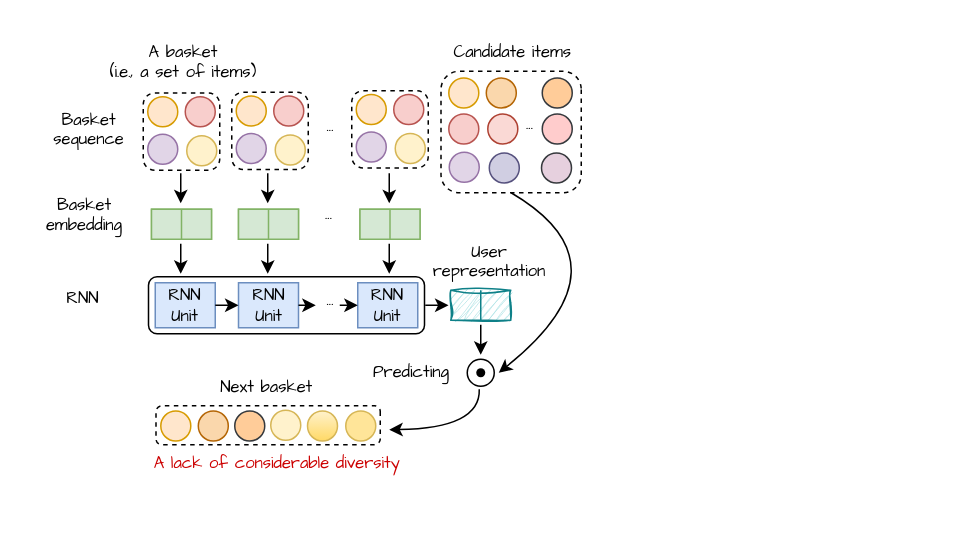
Earlier version of the draw.io diagram 未命名绘图.drawio (wenqisun/data). Source tidied: cells renumbered, new cells numbered last; positions are measured from the earlier drawing's top-left corner, leaving out a move shared by most shapes. Both pictures are drawn from the tidied source at 150%, with x=0, y=0 at pixel (38, 26).
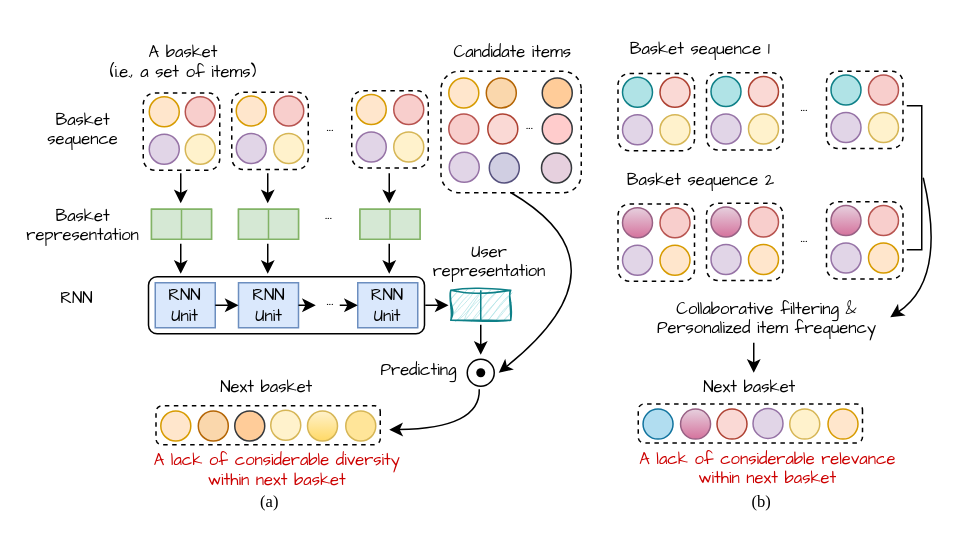
Above is the later version.

Commit message (it also covers changes not shown here):
更新未命名绘图.drawio

Unchanged cells that the change refers to:
```xml
<mxCell id="40" style="group;" parent="1" vertex="1">
  <mxGeometry x="70" y="44.5" width="51" height="51.5" as="geometry" />
</mxCell>
<mxCell id="46" style="group;" parent="1" vertex="1">
  <mxGeometry x="129" y="44" width="51" height="51.5" as="geometry" />
</mxCell>
<mxCell id="52" style="group;" parent="1" vertex="1">
  <mxGeometry x="209" y="43" width="51" height="51.5" as="geometry" />
</mxCell>
```

What changed in the source:
```diff
@@
     <mxCell id="3" value="&lt;p style=&quot;line-height: 0%;&quot;&gt;&lt;font face=&quot;Comic Sans MS&quot; style=&quot;font-size: 11px;&quot;&gt;Basket&lt;/font&gt;&lt;/p&gt;&lt;p style=&quot;line-height: 0%;&quot;&gt;&lt;font face=&quot;Comic Sans MS&quot; style=&quot;font-size: 11px;&quot;&gt;sequence&lt;/font&gt;&lt;/p&gt;" style="text;strokeColor=none;align=center;fillColor=none;html=1;verticalAlign=middle;whiteSpace=wrap;rounded=0;dashed=1;" parent="1" vertex="1">
-      <mxGeometry x="4" y="53" width="60" height="30" as="geometry" />
+      <mxGeometry y="53" width="60" height="30" as="geometry" />
     </mxCell>
@@
-    <mxCell id="8" value="&lt;p style=&quot;line-height: 0%;&quot;&gt;&lt;font face=&quot;Comic Sans MS&quot; style=&quot;font-size: 11px;&quot;&gt;Basket&lt;/font&gt;&lt;/p&gt;&lt;p style=&quot;line-height: 0%;&quot;&gt;&lt;font face=&quot;Comic Sans MS&quot;&gt;&lt;span style=&quot;font-size: 11px;&quot;&gt;embedding&lt;/span&gt;&lt;/font&gt;&lt;/p&gt;" style="text;strokeColor=none;align=center;fillColor=none;html=1;verticalAlign=middle;whiteSpace=wrap;rounded=0;dashed=1;" parent="1" vertex="1">
-      <mxGeometry x="1" y="110" width="60" height="30" as="geometry" />
+    <mxCell id="8" value="&lt;p style=&quot;line-height: 0%;&quot;&gt;&lt;font face=&quot;Comic Sans MS&quot; style=&quot;font-size: 11px;&quot;&gt;Basket&lt;/font&gt;&lt;/p&gt;&lt;p style=&quot;line-height: 0%;&quot;&gt;&lt;font face=&quot;Comic Sans MS&quot;&gt;&lt;span style=&quot;font-size: 11px;&quot;&gt;representation&lt;/span&gt;&lt;/font&gt;&lt;/p&gt;" style="text;strokeColor=none;align=center;fillColor=none;html=1;verticalAlign=middle;whiteSpace=wrap;rounded=0;dashed=1;" parent="1" vertex="1">
+      <mxGeometry x="-0.5" y="117" width="60" height="30" as="geometry" />
     </mxCell>
@@
     <mxCell id="20" value="&lt;p style=&quot;line-height: 0%;&quot;&gt;&lt;font face=&quot;Comic Sans MS&quot; style=&quot;font-size: 11px;&quot;&gt;RNN&lt;/font&gt;&lt;/p&gt;" style="text;strokeColor=none;align=center;fillColor=none;html=1;verticalAlign=middle;whiteSpace=wrap;rounded=0;dashed=1;" parent="1" vertex="1">
-      <mxGeometry y="166" width="60" height="30" as="geometry" />
+      <mxGeometry x="-4" y="166" width="60" height="30" as="geometry" />
     </mxCell>
@@
     <mxCell id="42" style="ellipse;whiteSpace=wrap;html=1;fillColor=#ffe6cc;strokeColor=#d79b00;" parent="40" vertex="1">
-      <mxGeometry x="3" y="2.5" width="20" height="20" as="geometry" />
+      <mxGeometry x="4" y="2.5" width="20" height="20" as="geometry" />
     </mxCell>
     <mxCell id="43" style="ellipse;whiteSpace=wrap;html=1;fillColor=#e1d5e7;strokeColor=#9673a6;" parent="40" vertex="1">
-      <mxGeometry x="3" y="27.5" width="20" height="20" as="geometry" />
+      <mxGeometry x="4" y="27.5" width="20" height="20" as="geometry" />
     </mxCell>
@@
     <mxCell id="45" style="ellipse;whiteSpace=wrap;html=1;fillColor=#fff2cc;strokeColor=#d6b656;" parent="40" vertex="1">
-      <mxGeometry x="29" y="28.5" width="20" height="20" as="geometry" />
+      <mxGeometry x="28" y="27.5" width="20" height="20" as="geometry" />
     </mxCell>
@@
     <mxCell id="51" style="ellipse;whiteSpace=wrap;html=1;fillColor=#fff2cc;strokeColor=#d6b656;" parent="46" vertex="1">
-      <mxGeometry x="29" y="28.5" width="20" height="20" as="geometry" />
+      <mxGeometry x="28" y="27.5" width="20" height="20" as="geometry" />
     </mxCell>
@@
     <mxCell id="57" style="ellipse;whiteSpace=wrap;html=1;fillColor=#fff2cc;strokeColor=#d6b656;" parent="52" vertex="1">
-      <mxGeometry x="29" y="28.5" width="20" height="20" as="geometry" />
+      <mxGeometry x="28" y="27.5" width="20" height="20" as="geometry" />
     </mxCell>
@@
     <mxCell id="71" value="&lt;p style=&quot;line-height: 0%;&quot;&gt;&lt;font face=&quot;Comic Sans MS&quot;&gt;&lt;span style=&quot;font-size: 11px;&quot;&gt;Predicting&lt;/span&gt;&lt;/font&gt;&lt;/p&gt;" style="text;strokeColor=none;align=center;fillColor=none;html=1;verticalAlign=middle;whiteSpace=wrap;rounded=0;dashed=1;" parent="1" vertex="1">
-      <mxGeometry x="208.5" y="219" width="80" height="22" as="geometry" />
+      <mxGeometry x="213.5" y="218" width="80" height="22" as="geometry" />
     </mxCell>
@@
-    <mxCell id="81" value="&lt;p style=&quot;line-height: 0%;&quot;&gt;&lt;span style=&quot;font-size: 11px; font-family: &amp;quot;Comic Sans MS&amp;quot;; background-color: initial;&quot;&gt;&lt;font color=&quot;#cc0000&quot;&gt;A lack of considerable diversity&lt;/font&gt;&lt;/span&gt;&lt;/p&gt;" style="text;strokeColor=none;align=center;fillColor=none;html=1;verticalAlign=middle;whiteSpace=wrap;rounded=0;dashed=1;" parent="1" vertex="1">
-      <mxGeometry x="50" y="279" width="218.5" height="23.5" as="geometry" />
+    <mxCell id="81" value="&lt;p style=&quot;line-height: 0%;&quot;&gt;&lt;span style=&quot;font-size: 11px; font-family: &amp;quot;Comic Sans MS&amp;quot;; background-color: initial;&quot;&gt;&lt;font color=&quot;#cc0000&quot;&gt;A lack of considerable diversity&lt;/font&gt;&lt;/span&gt;&lt;/p&gt;&lt;p style=&quot;line-height: 0%;&quot;&gt;&lt;span style=&quot;font-size: 11px; font-family: &amp;quot;Comic Sans MS&amp;quot;; background-color: initial;&quot;&gt;&lt;font color=&quot;#cc0000&quot;&gt;within next basket&lt;/font&gt;&lt;/span&gt;&lt;/p&gt;" style="text;strokeColor=none;align=center;fillColor=none;html=1;verticalAlign=middle;whiteSpace=wrap;rounded=0;dashed=1;" parent="1" vertex="1">
+      <mxGeometry x="50" y="281" width="218.5" height="28" as="geometry" />
     </mxCell>
+    <mxCell id="82" value="&lt;p style=&quot;line-height: 0%;&quot;&gt;&lt;font face=&quot;Comic Sans MS&quot; style=&quot;font-size: 11px;&quot;&gt;Basket&amp;nbsp;&lt;/font&gt;&lt;span style=&quot;font-size: 11px; font-family: &amp;quot;Comic Sans MS&amp;quot;; background-color: initial;&quot;&gt;sequence 1&lt;/span&gt;&lt;/p&gt;" style="text;strokeColor=none;align=center;fillColor=none;html=1;verticalAlign=middle;whiteSpace=wrap;rounded=0;dashed=1;" parent="1" vertex="1">
+      <mxGeometry x="386" y="4" width="111" height="22" as="geometry" />
+    </mxCell>
+    <mxCell id="83" value="&lt;p style=&quot;line-height: 0%;&quot;&gt;&lt;font face=&quot;Comic Sans MS&quot;&gt;&lt;span style=&quot;font-size: 11px;&quot;&gt;...&lt;/span&gt;&lt;/font&gt;&lt;/p&gt;" style="text;strokeColor=none;align=center;fillColor=none;html=1;verticalAlign=middle;whiteSpace=wrap;rounded=0;dashed=1;" parent="1" vertex="1">
+      <mxGeometry x="496" y="38" width="30" height="30" as="geometry" />
+    </mxCell>
+    <mxCell id="84" style="group;" parent="1" vertex="1">
+      <mxGeometry x="386.5" y="31.5" width="51" height="51.5" as="geometry" />
+    </mxCell>
+    <mxCell id="85" style="rounded=1;whiteSpace=wrap;html=1;dashed=1;direction=south;" parent="84" vertex="1">
+      <mxGeometry width="51" height="51.5" as="geometry" />
+    </mxCell>
+    <mxCell id="86" style="ellipse;whiteSpace=wrap;html=1;fillColor=#b0e3e6;strokeColor=#0e8088;" parent="84" vertex="1">
+      <mxGeometry x="3" y="2.5" width="20" height="20" as="geometry" />
+    </mxCell>
+    <mxCell id="87" style="ellipse;whiteSpace=wrap;html=1;fillColor=#e1d5e7;strokeColor=#9673a6;" parent="84" vertex="1">
+      <mxGeometry x="3" y="27.5" width="20" height="20" as="geometry" />
+    </mxCell>
+    <mxCell id="88" style="ellipse;whiteSpace=wrap;html=1;fillColor=#fad9d5;strokeColor=#ae4132;" parent="84" vertex="1">
+      <mxGeometry x="28" y="2.5" width="20" height="20" as="geometry" />
+    </mxCell>
+    <mxCell id="89" style="ellipse;whiteSpace=wrap;html=1;fillColor=#fff2cc;strokeColor=#d6b656;" parent="84" vertex="1">
+      <mxGeometry x="28" y="27.5" width="20" height="20" as="geometry" />
+    </mxCell>
+    <mxCell id="90" style="group;" parent="1" vertex="1">
+      <mxGeometry x="445.5" y="31" width="51" height="51.5" as="geometry" />
+    </mxCell>
+    <mxCell id="91" style="rounded=1;whiteSpace=wrap;html=1;dashed=1;direction=south;" parent="90" vertex="1">
+      <mxGeometry width="51" height="51.5" as="geometry" />
+    </mxCell>
+    <mxCell id="92" style="ellipse;whiteSpace=wrap;html=1;fillColor=#b0e3e6;strokeColor=#0e8088;" parent="90" vertex="1">
+      <mxGeometry x="3" y="2.5" width="20" height="20" as="geometry" />
+    </mxCell>
+    <mxCell id="93" style="ellipse;whiteSpace=wrap;html=1;fillColor=#e1d5e7;strokeColor=#9673a6;" parent="90" vertex="1">
+      <mxGeometry x="3" y="27.5" width="20" height="20" as="geometry" />
+    </mxCell>
+    <mxCell id="94" style="ellipse;whiteSpace=wrap;html=1;fillColor=#fad9d5;strokeColor=#ae4132;" parent="90" vertex="1">
+      <mxGeometry x="28" y="2.5" width="20" height="20" as="geometry" />
+    </mxCell>
+    <mxCell id="95" style="ellipse;whiteSpace=wrap;html=1;fillColor=#fff2cc;strokeColor=#d6b656;" parent="90" vertex="1">
+      <mxGeometry x="28" y="27.5" width="20" height="20" as="geometry" />
+    </mxCell>
+    <mxCell id="96" style="group;" parent="1" vertex="1">
+      <mxGeometry x="525.5" y="30" width="51" height="51.5" as="geometry" />
+    </mxCell>
+    <mxCell id="97" style="rounded=1;whiteSpace=wrap;html=1;dashed=1;direction=south;" parent="96" vertex="1">
+      <mxGeometry width="51" height="51.5" as="geometry" />
+    </mxCell>
+    <mxCell id="98" style="ellipse;whiteSpace=wrap;html=1;fillColor=#b0e3e6;strokeColor=#0e8088;" parent="96" vertex="1">
+      <mxGeometry x="3" y="2.5" width="20" height="20" as="geometry" />
+    </mxCell>
+    <mxCell id="99" style="ellipse;whiteSpace=wrap;html=1;fillColor=#e1d5e7;strokeColor=#9673a6;" parent="96" vertex="1">
+      <mxGeometry x="3" y="27.5" width="20" height="20" as="geometry" />
+    </mxCell>
+    <mxCell id="100" style="ellipse;whiteSpace=wrap;html=1;fillColor=#f8cecc;strokeColor=#b85450;" parent="96" vertex="1">
+      <mxGeometry x="28" y="2.5" width="20" height="20" as="geometry" />
+    </mxCell>
+    <mxCell id="101" style="ellipse;whiteSpace=wrap;html=1;fillColor=#fff2cc;strokeColor=#d6b656;" parent="96" vertex="1">
+      <mxGeometry x="28" y="27.5" width="20" height="20" as="geometry" />
+    </mxCell>
+    <mxCell id="102" value="&lt;p style=&quot;line-height: 0%;&quot;&gt;&lt;font face=&quot;Comic Sans MS&quot; style=&quot;font-size: 11px;&quot;&gt;Basket&amp;nbsp;&lt;/font&gt;&lt;span style=&quot;font-size: 11px; font-family: &amp;quot;Comic Sans MS&amp;quot;; background-color: initial;&quot;&gt;sequence 2&lt;/span&gt;&lt;/p&gt;" style="text;strokeColor=none;align=center;fillColor=none;html=1;verticalAlign=middle;whiteSpace=wrap;rounded=0;dashed=1;" parent="1" vertex="1">
+      <mxGeometry x="383" y="91" width="118" height="22" as="geometry" />
+    </mxCell>
+    <mxCell id="103" value="&lt;p style=&quot;line-height: 0%;&quot;&gt;&lt;font face=&quot;Comic Sans MS&quot;&gt;&lt;span style=&quot;font-size: 11px;&quot;&gt;...&lt;/span&gt;&lt;/font&gt;&lt;/p&gt;" style="text;strokeColor=none;align=center;fillColor=none;html=1;verticalAlign=middle;whiteSpace=wrap;rounded=0;dashed=1;" parent="1" vertex="1">
+      <mxGeometry x="496" y="125" width="30" height="30" as="geometry" />
+    </mxCell>
+    <mxCell id="104" style="group;" parent="1" vertex="1">
+      <mxGeometry x="386.5" y="118.5" width="51" height="51.5" as="geometry" />
+    </mxCell>
+    <mxCell id="105" style="rounded=1;whiteSpace=wrap;html=1;dashed=1;direction=south;" parent="104" vertex="1">
+      <mxGeometry width="51" height="51.5" as="geometry" />
+    </mxCell>
+    <mxCell id="106" style="ellipse;whiteSpace=wrap;html=1;fillColor=#e6d0de;strokeColor=#996185;gradientColor=#d5739d;" parent="104" vertex="1">
+      <mxGeometry x="3" y="2.5" width="20" height="20" as="geometry" />
+    </mxCell>
+    <mxCell id="107" style="ellipse;whiteSpace=wrap;html=1;fillColor=#e1d5e7;strokeColor=#9673a6;" parent="104" vertex="1">
+      <mxGeometry x="3" y="27.5" width="20" height="20" as="geometry" />
+    </mxCell>
+    <mxCell id="108" style="ellipse;whiteSpace=wrap;html=1;fillColor=#f8cecc;strokeColor=#b85450;" parent="104" vertex="1">
+      <mxGeometry x="28" y="2.5" width="20" height="20" as="geometry" />
+    </mxCell>
+    <mxCell id="109" style="ellipse;whiteSpace=wrap;html=1;fillColor=#ffe6cc;strokeColor=#d79b00;" parent="104" vertex="1">
+      <mxGeometry x="28" y="27.5" width="20" height="20" as="geometry" />
+    </mxCell>
+    <mxCell id="110" style="group;" parent="1" vertex="1">
+      <mxGeometry x="445.5" y="118" width="51" height="51.5" as="geometry" />
+    </mxCell>
+    <mxCell id="111" style="rounded=1;whiteSpace=wrap;html=1;dashed=1;direction=south;" parent="110" vertex="1">
+      <mxGeometry width="51" height="51.5" as="geometry" />
+    </mxCell>
+    <mxCell id="112" style="ellipse;whiteSpace=wrap;html=1;fillColor=#e6d0de;strokeColor=#996185;gradientColor=#d5739d;" parent="110" vertex="1">
+      <mxGeometry x="3" y="2.5" width="20" height="20" as="geometry" />
+    </mxCell>
+    <mxCell id="113" style="ellipse;whiteSpace=wrap;html=1;fillColor=#e1d5e7;strokeColor=#9673a6;" parent="110" vertex="1">
+      <mxGeometry x="3" y="27.5" width="20" height="20" as="geometry" />
+    </mxCell>
+    <mxCell id="114" style="ellipse;whiteSpace=wrap;html=1;fillColor=#f8cecc;strokeColor=#b85450;" parent="110" vertex="1">
+      <mxGeometry x="28" y="2.5" width="20" height="20" as="geometry" />
+    </mxCell>
+    <mxCell id="115" style="ellipse;whiteSpace=wrap;html=1;fillColor=#ffe6cc;strokeColor=#d79b00;" parent="110" vertex="1">
+      <mxGeometry x="28" y="27.5" width="20" height="20" as="geometry" />
+    </mxCell>
+    <mxCell id="116" style="group;" parent="1" vertex="1">
+      <mxGeometry x="525.5" y="117" width="51" height="51.5" as="geometry" />
+    </mxCell>
+    <mxCell id="117" style="rounded=1;whiteSpace=wrap;html=1;dashed=1;direction=south;" parent="116" vertex="1">
+      <mxGeometry width="51" height="51.5" as="geometry" />
+    </mxCell>
+    <mxCell id="118" style="ellipse;whiteSpace=wrap;html=1;fillColor=#e6d0de;strokeColor=#996185;gradientColor=#d5739d;" parent="116" vertex="1">
+      <mxGeometry x="3" y="2.5" width="20" height="20" as="geometry" />
+    </mxCell>
+    <mxCell id="119" style="ellipse;whiteSpace=wrap;html=1;fillColor=#e1d5e7;strokeColor=#9673a6;" parent="116" vertex="1">
+      <mxGeometry x="3" y="27.5" width="20" height="20" as="geometry" />
+    </mxCell>
+    <mxCell id="120" style="ellipse;whiteSpace=wrap;html=1;fillColor=#f8cecc;strokeColor=#b85450;" parent="116" vertex="1">
+      <mxGeometry x="28" y="2.5" width="20" height="20" as="geometry" />
+    </mxCell>
+    <mxCell id="121" style="ellipse;whiteSpace=wrap;html=1;fillColor=#ffe6cc;strokeColor=#d79b00;" parent="116" vertex="1">
+      <mxGeometry x="28" y="27.5" width="20" height="20" as="geometry" />
+    </mxCell>
+    <mxCell id="122" style="strokeWidth=1;html=1;shape=mxgraph.flowchart.annotation_1;align=left;shadow=0;fontFamily=Comic Sans MS;fontSize=3;fontColor=#CC0000;fillColor=#FFE599;direction=west;" parent="1" vertex="1">
+      <mxGeometry x="579" y="53" width="10" height="96" as="geometry" />
+    </mxCell>
+    <mxCell id="123" value="&lt;p style=&quot;line-height: 0%;&quot;&gt;&lt;font face=&quot;Comic Sans MS&quot;&gt;&lt;span style=&quot;font-size: 11px;&quot;&gt;Collaborative filtering &amp;amp;&lt;/span&gt;&lt;/font&gt;&lt;/p&gt;&lt;p style=&quot;line-height: 0%;&quot;&gt;&lt;font face=&quot;Comic Sans MS&quot;&gt;&lt;span style=&quot;font-size: 11px;&quot;&gt;Personalized item frequency&lt;/span&gt;&lt;/font&gt;&lt;/p&gt;" style="text;strokeColor=none;align=center;fillColor=none;html=1;verticalAlign=middle;whiteSpace=wrap;rounded=0;dashed=1;" parent="1" vertex="1">
+      <mxGeometry x="405" y="178" width="162" height="32" as="geometry" />
+    </mxCell>
+    <mxCell id="124" style="endArrow=classic;html=1;rounded=0;fontFamily=Comic Sans MS;fontSize=11;" parent="1" edge="1">
+      <mxGeometry relative="1" as="geometry">
+        <mxPoint x="477" y="211" as="sourcePoint" />
+        <mxPoint x="477" y="231" as="targetPoint" />
+      </mxGeometry>
+    </mxCell>
+    <mxCell id="125" style="curved=1;endArrow=classic;html=1;rounded=1;fontFamily=Comic Sans MS;fontSize=3;startSize=1;endSize=6;entryX=1;entryY=0.5;entryDx=0;entryDy=0;" parent="1" edge="1">
+      <mxGeometry relative="1" as="geometry">
+        <mxPoint x="590" y="101" as="sourcePoint" />
+        <mxPoint x="568" y="194" as="targetPoint" />
+        <Array as="points">
+          <mxPoint x="606" y="169" />
+        </Array>
+      </mxGeometry>
+    </mxCell>
+    <mxCell id="126" style="rounded=1;whiteSpace=wrap;html=1;dashed=1;direction=south;" parent="1" vertex="1">
+      <mxGeometry x="400" y="251.8" width="149.5" height="26" as="geometry" />
+    </mxCell>
+    <mxCell id="127" value="&lt;p style=&quot;line-height: 0%;&quot;&gt;&lt;span style=&quot;font-size: 11px; font-family: &amp;quot;Comic Sans MS&amp;quot;; background-color: initial;&quot;&gt;Next basket&lt;/span&gt;&lt;/p&gt;" style="text;strokeColor=none;align=center;fillColor=none;html=1;verticalAlign=middle;whiteSpace=wrap;rounded=0;dashed=1;" parent="1" vertex="1">
+      <mxGeometry x="422.5" y="227.8" width="103" height="23.5" as="geometry" />
+    </mxCell>
+    <mxCell id="128" style="ellipse;whiteSpace=wrap;html=1;fillColor=#b1ddf0;strokeColor=#10739e;" parent="1" vertex="1">
+      <mxGeometry x="403.2" y="255.2" width="20" height="20" as="geometry" />
+    </mxCell>
+    <mxCell id="129" style="ellipse;whiteSpace=wrap;html=1;fillColor=#e6d0de;strokeColor=#996185;gradientColor=#d5739d;" parent="1" vertex="1">
+      <mxGeometry x="428.2" y="255.2" width="20" height="20" as="geometry" />
+    </mxCell>
+    <mxCell id="130" style="ellipse;whiteSpace=wrap;html=1;fillColor=#fad9d5;strokeColor=#ae4132;" parent="1" vertex="1">
+      <mxGeometry x="452.5" y="255.2" width="20" height="20" as="geometry" />
+    </mxCell>
+    <mxCell id="131" style="ellipse;whiteSpace=wrap;html=1;fillColor=#e1d5e7;strokeColor=#9673a6;" parent="1" vertex="1">
+      <mxGeometry x="476.5" y="254.8" width="20" height="20" as="geometry" />
+    </mxCell>
+    <mxCell id="132" style="ellipse;whiteSpace=wrap;html=1;fillColor=#fff2cc;strokeColor=#d6b656;" parent="1" vertex="1">
+      <mxGeometry x="501" y="255.2" width="20" height="20" as="geometry" />
+    </mxCell>
+    <mxCell id="133" style="ellipse;whiteSpace=wrap;html=1;fillColor=#ffe6cc;strokeColor=#d79b00;" parent="1" vertex="1">
+      <mxGeometry x="526.5" y="255.2" width="20" height="20" as="geometry" />
+    </mxCell>
+    <mxCell id="134" value="&lt;p style=&quot;line-height: 0%;&quot;&gt;&lt;span style=&quot;font-size: 11px; font-family: &amp;quot;Comic Sans MS&amp;quot;; background-color: initial;&quot;&gt;&lt;font color=&quot;#cc0000&quot;&gt;A lack of considerable relevance&lt;/font&gt;&lt;/span&gt;&lt;/p&gt;&lt;p style=&quot;line-height: 0%;&quot;&gt;&lt;span style=&quot;font-size: 11px; font-family: &amp;quot;Comic Sans MS&amp;quot;; background-color: initial;&quot;&gt;&lt;font color=&quot;#cc0000&quot;&gt;within next basket&lt;/font&gt;&lt;/span&gt;&lt;/p&gt;" style="text;strokeColor=none;align=center;fillColor=none;html=1;verticalAlign=middle;whiteSpace=wrap;rounded=0;dashed=1;" parent="1" vertex="1">
+      <mxGeometry x="376.5" y="278.8" width="218.5" height="30.2" as="geometry" />
+    </mxCell>
+    <mxCell id="135" value="&lt;p style=&quot;line-height: 0%;&quot;&gt;&lt;span style=&quot;font-size: 11px;&quot;&gt;&lt;font face=&quot;Times New Roman&quot;&gt;(a)&lt;/font&gt;&lt;/span&gt;&lt;/p&gt;" style="text;strokeColor=none;align=center;fillColor=none;html=1;verticalAlign=middle;whiteSpace=wrap;rounded=0;dashed=1;" parent="1" vertex="1">
+      <mxGeometry x="102.5" y="304" width="103" height="23.5" as="geometry" />
+    </mxCell>
+    <mxCell id="136" value="&lt;p style=&quot;line-height: 0%;&quot;&gt;&lt;span style=&quot;font-size: 11px;&quot;&gt;&lt;font face=&quot;Times New Roman&quot;&gt;(b)&lt;/font&gt;&lt;/span&gt;&lt;/p&gt;" style="text;strokeColor=none;align=center;fillColor=none;html=1;verticalAlign=middle;whiteSpace=wrap;rounded=0;dashed=1;" parent="1" vertex="1">
+      <mxGeometry x="430.5" y="304" width="103" height="23.5" as="geometry" />
+    </mxCell>
```
